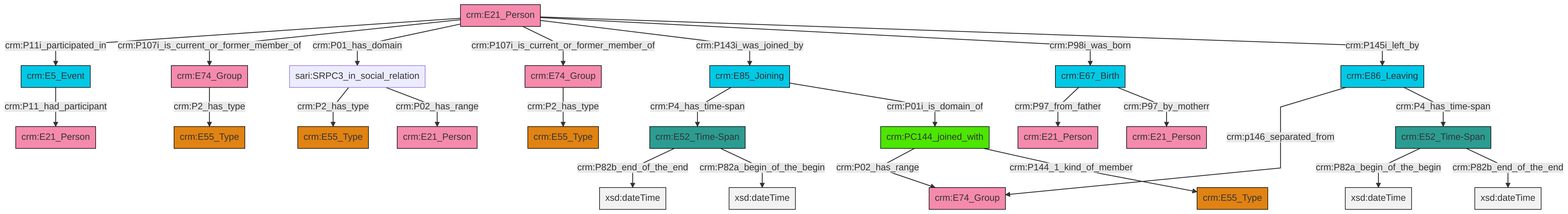
The Mermaid diagram et/personCSV/ttl/mmd/png/Person_Actor_Relations.png in swiss-art-research-net/docs.swissartresearch, before a commit. Its source is kept beside it as et/personCSV/ttl/mmd/Person_Actor_Relations.ttl.mmd.
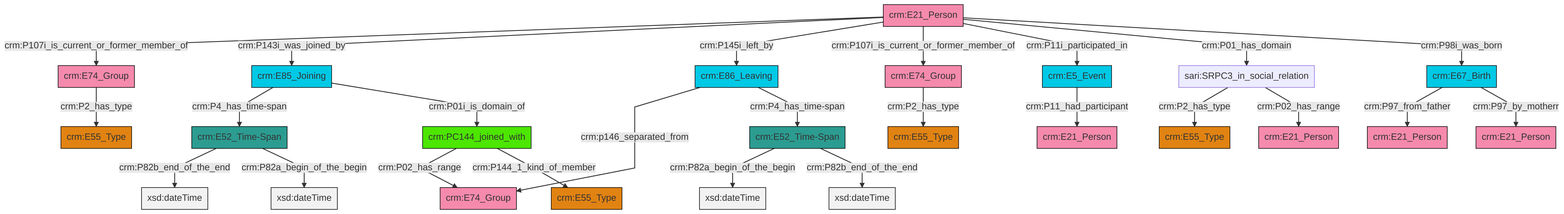
After the commit.

Change to the diagram source:
```diff
@@ -13,27 +13,27 @@
 classDef PC_Classes fill:#4ce600, stroke:#000000;
 classDef Multi fill:#cccccc,stroke:#000000;
 
-6["crm:E52_Time-Span"]:::Time-Span -->|crm:P82b_end_of_the_end| 12[xsd:dateTime]:::Literal
-6["crm:E52_Time-Span"]:::Time-Span -->|crm:P82a_begin_of_the_begin| 13[xsd:dateTime]:::Literal
-16["crm:E67_Birth"]:::Temporal_Entity -->|crm:P97_from_father| 14["crm:E21_Person"]:::Actor
-19["crm:PC144_joined_with"]:::PC_Classes -->|crm:P02_has_range| 20["crm:E74_Group"]:::Actor
-19["crm:PC144_joined_with"]:::PC_Classes -->|crm:P144_1_kind_of_member| 23["crm:E55_Type"]:::Type
-2["crm:E85_Joining"]:::Temporal_Entity -->|crm:P4_has_time-span| 6["crm:E52_Time-Span"]:::Time-Span
-28["crm:E86_Leaving"]:::Temporal_Entity -->|crm:p146_separated_from| 20["crm:E74_Group"]:::Actor
-33["crm:E21_Person"]:::Actor -->|crm:P11i_participated_in| 29["crm:E5_Event"]:::Temporal_Entity
-28["crm:E86_Leaving"]:::Temporal_Entity -->|crm:P4_has_time-span| 26["crm:E52_Time-Span"]:::Time-Span
-21["sari:SRPC3_in_social_relation"]:::Default -->|crm:P2_has_type| 4["crm:E55_Type"]:::Type
-2["crm:E85_Joining"]:::Temporal_Entity -->|crm:P01i_is_domain_of| 19["crm:PC144_joined_with"]:::PC_Classes
-33["crm:E21_Person"]:::Actor -->|crm:P107i_is_current_or_former_member_of| 31["crm:E74_Group"]:::Actor
-24["crm:E74_Group"]:::Actor -->|crm:P2_has_type| 17["crm:E55_Type"]:::Type
-33["crm:E21_Person"]:::Actor -->|crm:P01_has_domain| 21["sari:SRPC3_in_social_relation"]:::Default
-21["sari:SRPC3_in_social_relation"]:::Default -->|crm:P02_has_range| 10["crm:E21_Person"]:::Actor
-16["crm:E67_Birth"]:::Temporal_Entity -->|crm:P97_by_motherr| 8["crm:E21_Person"]:::Actor
-26["crm:E52_Time-Span"]:::Time-Span -->|crm:P82a_begin_of_the_begin| 36[xsd:dateTime]:::Literal
-33["crm:E21_Person"]:::Actor -->|crm:P107i_is_current_or_former_member_of| 24["crm:E74_Group"]:::Actor
-26["crm:E52_Time-Span"]:::Time-Span -->|crm:P82b_end_of_the_end| 39[xsd:dateTime]:::Literal
-31["crm:E74_Group"]:::Actor -->|crm:P2_has_type| 0["crm:E55_Type"]:::Type
-33["crm:E21_Person"]:::Actor -->|crm:P143i_was_joined_by| 2["crm:E85_Joining"]:::Temporal_Entity
-29["crm:E5_Event"]:::Temporal_Entity -->|crm:P11_had_participant| 37["crm:E21_Person"]:::Actor
-33["crm:E21_Person"]:::Actor -->|crm:P98i_was_born| 16["crm:E67_Birth"]:::Temporal_Entity
-33["crm:E21_Person"]:::Actor -->|crm:P145i_left_by| 28["crm:E86_Leaving"]:::Temporal_Entity
+0["crm:PC144_joined_with"]:::PC_Classes -->|crm:P02_has_range| 1["crm:E74_Group"]:::Actor
+2["crm:E21_Person"]:::Actor -->|crm:P107i_is_current_or_former_member_of| 3["crm:E74_Group"]:::Actor
+4["sari:SRPC3_in_social_relation"]:::Default -->|crm:P2_has_type| 5["crm:E55_Type"]:::Type
+6["crm:E67_Birth"]:::Temporal_Entity -->|crm:P97_from_father| 7["crm:E21_Person"]:::Actor
+0["crm:PC144_joined_with"]:::PC_Classes -->|crm:P144_1_kind_of_member| 10["crm:E55_Type"]:::Type
+12["crm:E86_Leaving"]:::Temporal_Entity -->|crm:p146_separated_from| 1["crm:E74_Group"]:::Actor
+3["crm:E74_Group"]:::Actor -->|crm:P2_has_type| 13["crm:E55_Type"]:::Type
+2["crm:E21_Person"]:::Actor -->|crm:P143i_was_joined_by| 22["crm:E85_Joining"]:::Temporal_Entity
+28["crm:E74_Group"]:::Actor -->|crm:P2_has_type| 17["crm:E55_Type"]:::Type
+22["crm:E85_Joining"]:::Temporal_Entity -->|crm:P4_has_time-span| 29["crm:E52_Time-Span"]:::Time-Span
+2["crm:E21_Person"]:::Actor -->|crm:P145i_left_by| 12["crm:E86_Leaving"]:::Temporal_Entity
+31["crm:E5_Event"]:::Temporal_Entity -->|crm:P11_had_participant| 19["crm:E21_Person"]:::Actor
+2["crm:E21_Person"]:::Actor -->|crm:P107i_is_current_or_former_member_of| 28["crm:E74_Group"]:::Actor
+23["crm:E52_Time-Span"]:::Time-Span -->|crm:P82a_begin_of_the_begin| 33[xsd:dateTime]:::Literal
+6["crm:E67_Birth"]:::Temporal_Entity -->|crm:P97_by_motherr| 14["crm:E21_Person"]:::Actor
+2["crm:E21_Person"]:::Actor -->|crm:P11i_participated_in| 31["crm:E5_Event"]:::Temporal_Entity
+12["crm:E86_Leaving"]:::Temporal_Entity -->|crm:P4_has_time-span| 23["crm:E52_Time-Span"]:::Time-Span
+2["crm:E21_Person"]:::Actor -->|crm:P01_has_domain| 4["sari:SRPC3_in_social_relation"]:::Default
+4["sari:SRPC3_in_social_relation"]:::Default -->|crm:P02_has_range| 8["crm:E21_Person"]:::Actor
+29["crm:E52_Time-Span"]:::Time-Span -->|crm:P82b_end_of_the_end| 37[xsd:dateTime]:::Literal
+22["crm:E85_Joining"]:::Temporal_Entity -->|crm:P01i_is_domain_of| 0["crm:PC144_joined_with"]:::PC_Classes
+23["crm:E52_Time-Span"]:::Time-Span -->|crm:P82b_end_of_the_end| 39[xsd:dateTime]:::Literal
+2["crm:E21_Person"]:::Actor -->|crm:P98i_was_born| 6["crm:E67_Birth"]:::Temporal_Entity
+29["crm:E52_Time-Span"]:::Time-Span -->|crm:P82a_begin_of_the_begin| 44[xsd:dateTime]:::Literal
```
